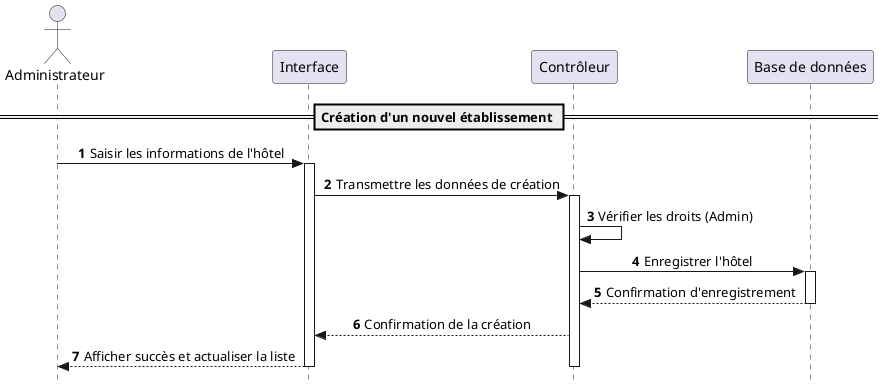
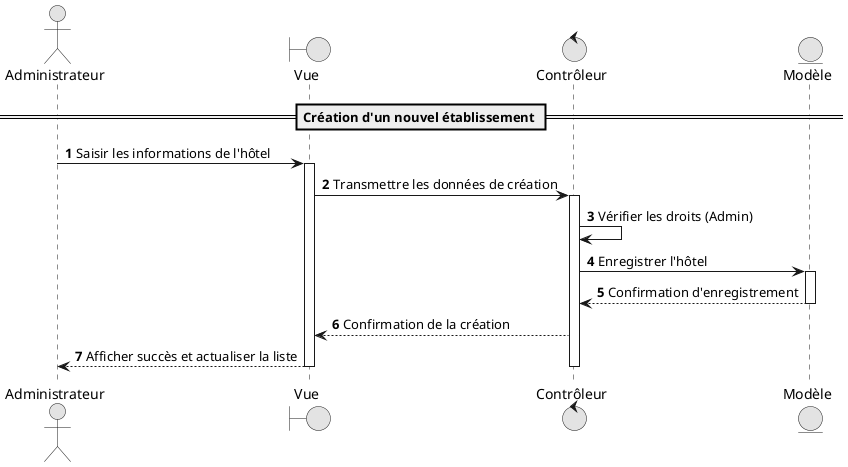
@startuml
- skinparam style strictuml
- skinparam sequenceMessageAlign center
+ skinparam monochrome true
skinparam shadowing false
autonumber

actor "Administrateur" as admin
- participant "Interface" as vue
- participant "Contrôleur" as api
- participant "Base de données" as db
+ boundary "Vue" as vue
+ control "Contrôleur" as ctrl
+ entity "Modèle" as model

== Création d'un nouvel établissement ==

admin -> vue : Saisir les informations de l'hôtel
activate vue
- vue -> api : Transmettre les données de création
- activate api
+ vue -> ctrl : Transmettre les données de création
+ activate ctrl

- api -> api : Vérifier les droits (Admin)
+ ctrl -> ctrl : Vérifier les droits (Admin)

- api -> db : Enregistrer l'hôtel
- activate db
- db --> api : Confirmation d'enregistrement
- deactivate db
+ ctrl -> model : Enregistrer l'hôtel
+ activate model
+ model --> ctrl : Confirmation d'enregistrement
+ deactivate model

- api --> vue : Confirmation de la création
+ ctrl --> vue : Confirmation de la création
vue --> admin : Afficher succès et actualiser la liste

- deactivate api
+ deactivate ctrl
deactivate vue

@enduml